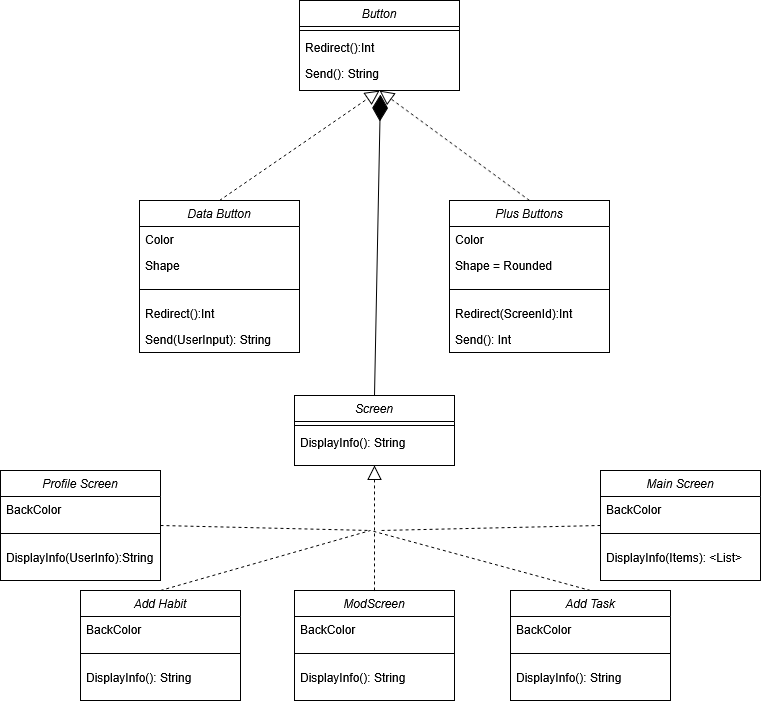
Before: Diagrams/Class_Interfaces.drawio.png, a diagram exported from draw.io (Fabiancipher/Habitra). Source tidied: cells renumbered, new cells last; positions are measured from the earlier drawing's top-left corner, leaving out a move shared by most shapes.
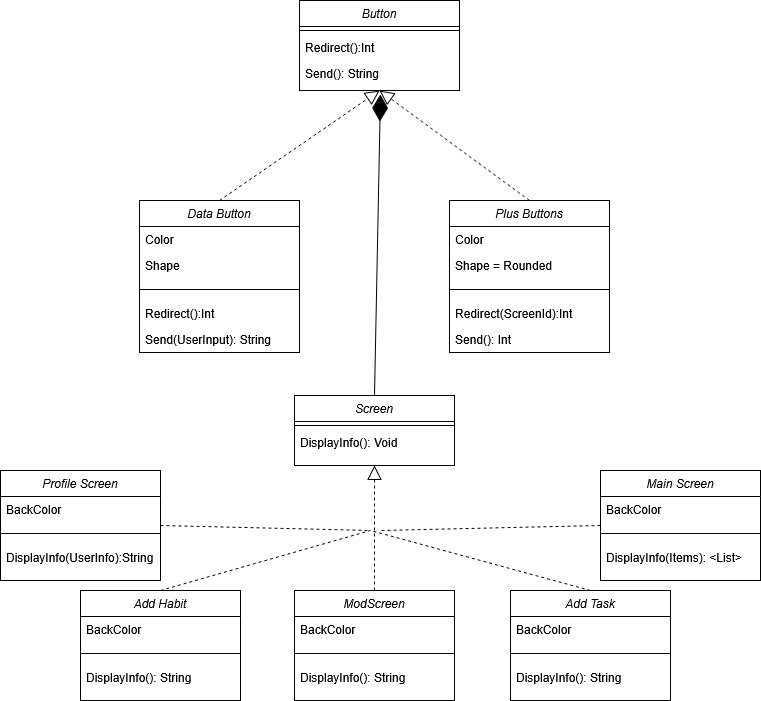
Later version of the same file.

What changed in the source:
```diff
@@ -64,7 +64,7 @@
     <mxCell id="21" style="line;html=1;strokeWidth=1;align=left;verticalAlign=middle;spacingTop=-1;spacingLeft=3;spacingRight=3;labelPosition=right;" parent="20" vertex="1">
       <mxGeometry y="26" width="160" height="8" as="geometry" />
     </mxCell>
-    <mxCell id="22" value="DisplayInfo(): String" style="text;align=left;verticalAlign=top;spacingLeft=4;spacingRight=4;overflow=hidden;" parent="20" vertex="1">
+    <mxCell id="22" value="DisplayInfo(): Void" style="text;align=left;verticalAlign=top;spacingLeft=4;spacingRight=4;overflow=hidden;" parent="20" vertex="1">
       <mxGeometry y="34" width="160" height="26" as="geometry" />
     </mxCell>
     <mxCell id="23" value="Add Habit" style="swimlane;fontStyle=2;align=center;verticalAlign=top;horizontal=1;startSize=26;rounded=0;shadow=0;strokeWidth=1;" parent="1" vertex="1">
```
